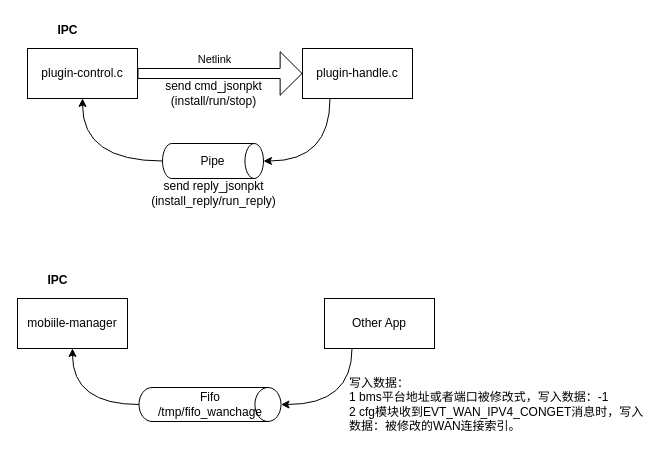
Above: page "ipc" (3 of 4) of gw-mtk/mobile_manager.drawio in waterwatermelon/graph (draw.io), before the change. Source tidied: cells renumbered, new cells numbered last; positions are measured from the earlier drawing's top-left corner, leaving out a move shared by most shapes. Both pictures are drawn from the tidied source at 100%, with x=0, y=0 at pixel (17, 17).
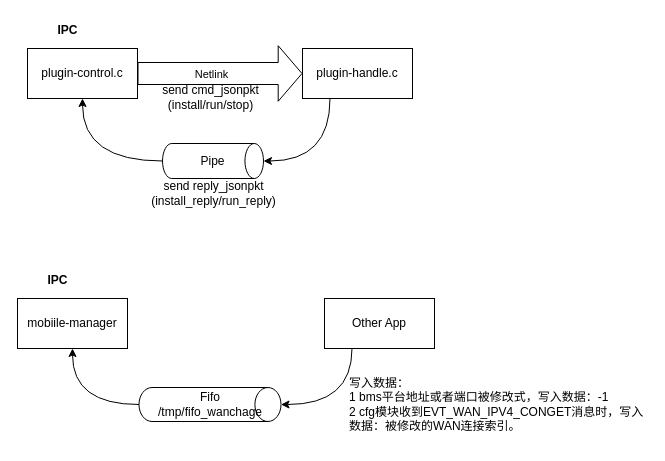
Above is the later version.

Change to the diagram source:
```diff
@@
 <mxGraphModel>
   <root>
     <mxCell id="0" />
     <mxCell id="1" parent="0" />
     <mxCell id="2" value="plugin-control.c" style="html=1;whiteSpace=wrap;" parent="1" vertex="1">
       <mxGeometry x="10" y="31" width="110" height="50" as="geometry" />
     </mxCell>
     <mxCell id="3" style="edgeStyle=orthogonalEdgeStyle;rounded=0;jettySize=auto;html=1;exitX=0.25;exitY=1;exitDx=0;exitDy=0;entryX=1;entryY=0.5;entryDx=0;entryDy=0;curved=1;entryPerimeter=0;" parent="1" edge="1" source="4" target="8">
       <mxGeometry relative="1" as="geometry" />
     </mxCell>
     <mxCell id="4" value="plugin-handle.c" style="html=1;whiteSpace=wrap;" parent="1" vertex="1">
       <mxGeometry x="285" y="31" width="110" height="50" as="geometry" />
     </mxCell>
-    <mxCell id="5" style="shape=flexArrow;endArrow=classic;html=1;rounded=0;entryX=0;entryY=0.5;entryDx=0;entryDy=0;exitX=1;exitY=0.5;exitDx=0;exitDy=0;endWidth=32.57142857142857;endSize=6.954285714285715;" parent="1" edge="1" source="2" target="4">
+    <mxCell id="5" style="shape=flexArrow;endArrow=classic;html=1;rounded=0;entryX=0;entryY=0.5;entryDx=0;entryDy=0;exitX=1;exitY=0.5;exitDx=0;exitDy=0;endWidth=32.57142857142857;endSize=7.6;width=22;" parent="1" edge="1" source="2" target="4">
       <mxGeometry relative="1" as="geometry" />
     </mxCell>
     <mxCell id="6" value="Netlink" style="edgeLabel;html=1;align=center;verticalAlign=middle;" parent="5" vertex="1">
       <mxGeometry x="-0.03" y="7" relative="1" as="geometry">
-        <mxPoint x="-4" y="-8" as="offset" />
+        <mxPoint x="-7" y="7" as="offset" />
       </mxGeometry>
     </mxCell>
     <mxCell id="7" style="edgeStyle=orthogonalEdgeStyle;rounded=0;jettySize=auto;html=1;exitX=0;exitY=0.5;exitDx=0;exitDy=0;exitPerimeter=0;entryX=0.5;entryY=1;entryDx=0;entryDy=0;curved=1;" parent="1" edge="1" source="8" target="2">
       <mxGeometry relative="1" as="geometry" />
     </mxCell>
     <mxCell id="8" value="Pipe" style="strokeWidth=1;html=1;shape=mxgraph.flowchart.direct_data;whiteSpace=wrap;" parent="1" vertex="1">
       <mxGeometry x="145" y="126" width="101" height="35" as="geometry" />
     </mxCell>
     <mxCell id="9" value="send reply_jsonpkt&lt;br&gt;(install_reply/run_reply)" style="text;html=1;align=center;verticalAlign=middle;strokeColor=none;fillColor=none;" parent="1" vertex="1">
       <mxGeometry x="120.5" y="156" width="150" height="40" as="geometry" />
     </mxCell>
     <mxCell id="10" value="send cmd_jsonpkt&lt;br&gt;(install/run/stop)" style="text;html=1;align=center;verticalAlign=middle;strokeColor=none;fillColor=none;" parent="1" vertex="1">
-      <mxGeometry x="135.5" y="56" width="120" height="40" as="geometry" />
+      <mxGeometry x="132.5" y="60" width="120" height="40" as="geometry" />
     </mxCell>
     <mxCell id="11" value="IPC" style="text;align=center;fontStyle=1;verticalAlign=middle;spacingLeft=3;spacingRight=3;strokeColor=none;html=1;" parent="1" vertex="1">
       <mxGeometry x="10" width="80" height="26" as="geometry" />
     </mxCell>
     <mxCell id="12" value="mobiile-manager" style="html=1;whiteSpace=wrap;" parent="1" vertex="1">
       <mxGeometry y="281" width="110" height="50" as="geometry" />
     </mxCell>
     <mxCell id="13" style="edgeStyle=orthogonalEdgeStyle;rounded=0;jettySize=auto;html=1;exitX=0.25;exitY=1;exitDx=0;exitDy=0;entryX=1;entryY=0.5;entryDx=0;entryDy=0;curved=1;entryPerimeter=0;" parent="1" edge="1" source="14" target="16">
       <mxGeometry relative="1" as="geometry" />
     </mxCell>
     <mxCell id="14" value="Other App" style="html=1;whiteSpace=wrap;" parent="1" vertex="1">
       <mxGeometry x="307" y="281" width="110" height="50" as="geometry" />
     </mxCell>
     <mxCell id="15" style="edgeStyle=orthogonalEdgeStyle;rounded=0;jettySize=auto;html=1;exitX=0;exitY=0.5;exitDx=0;exitDy=0;exitPerimeter=0;entryX=0.5;entryY=1;entryDx=0;entryDy=0;curved=1;" parent="1" edge="1" source="16" target="12">
       <mxGeometry relative="1" as="geometry" />
     </mxCell>
     <mxCell id="16" value="Fifo&lt;br&gt;/tmp/fifo_wanchage" style="strokeWidth=1;html=1;shape=mxgraph.flowchart.direct_data;whiteSpace=wrap;" parent="1" vertex="1">
       <mxGeometry x="121.5" y="370" width="142" height="34" as="geometry" />
     </mxCell>
     <mxCell id="17" value="IPC" style="text;align=center;fontStyle=1;verticalAlign=middle;spacingLeft=3;spacingRight=3;strokeColor=none;html=1;" parent="1" vertex="1">
       <mxGeometry y="250" width="80" height="26" as="geometry" />
     </mxCell>
     <mxCell id="18" value="写入数据：&lt;br&gt;1 bms平台地址或者端口被修改式，写入数据：-1&lt;br&gt;2 cfg模块收到EVT_WAN_IPV4_CONGET消息时，写入数据：被修改的WAN连接索引。" style="text;html=1;strokeColor=none;fillColor=none;align=left;verticalAlign=middle;whiteSpace=wrap;rounded=0;" parent="1" vertex="1">
       <mxGeometry x="330" y="347" width="300" height="80" as="geometry" />
     </mxCell>
   </root>
 </mxGraphModel>
```
